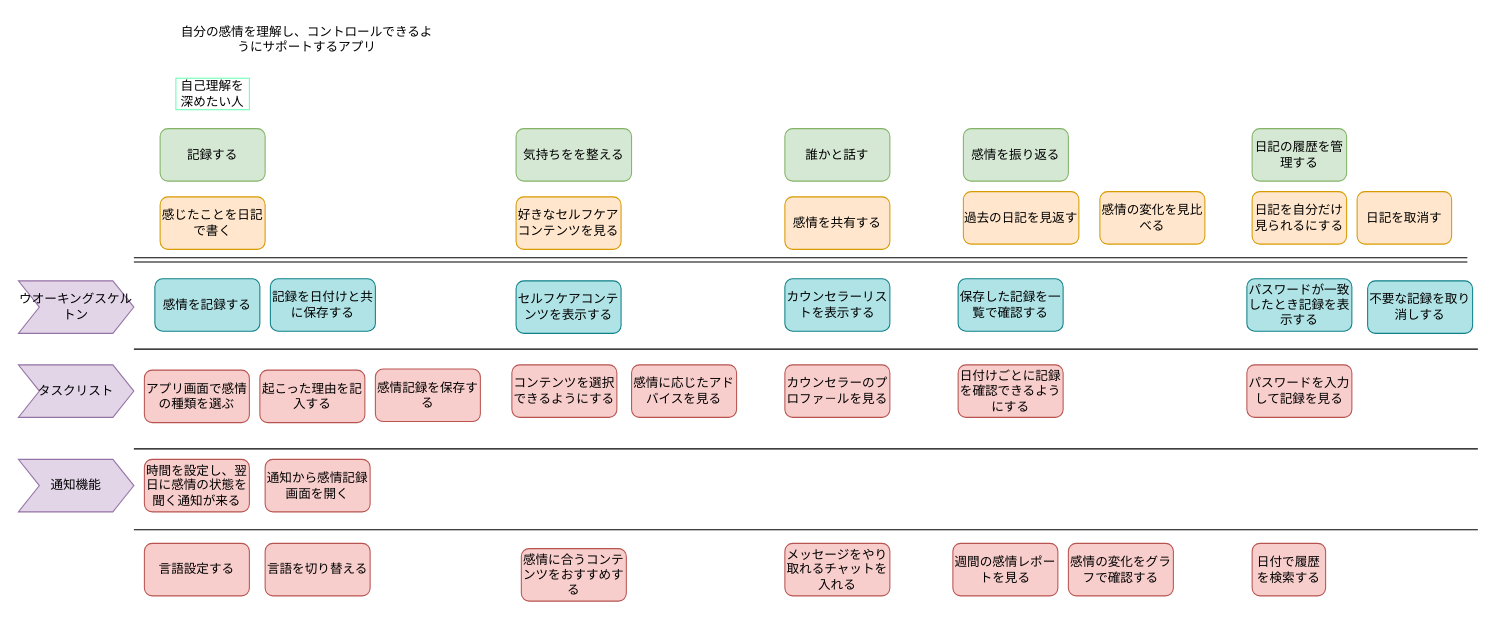
The draw.io diagram docs/storymap.drawio in thazin887/EmoAura, before the edit. Source tidied: cells renumbered, new cells numbered last; positions are measured from the earlier drawing's top-left corner, leaving out a move shared by most shapes. Both pictures are drawn from the tidied source at 105%, with x=0, y=0 at pixel (18, 18).
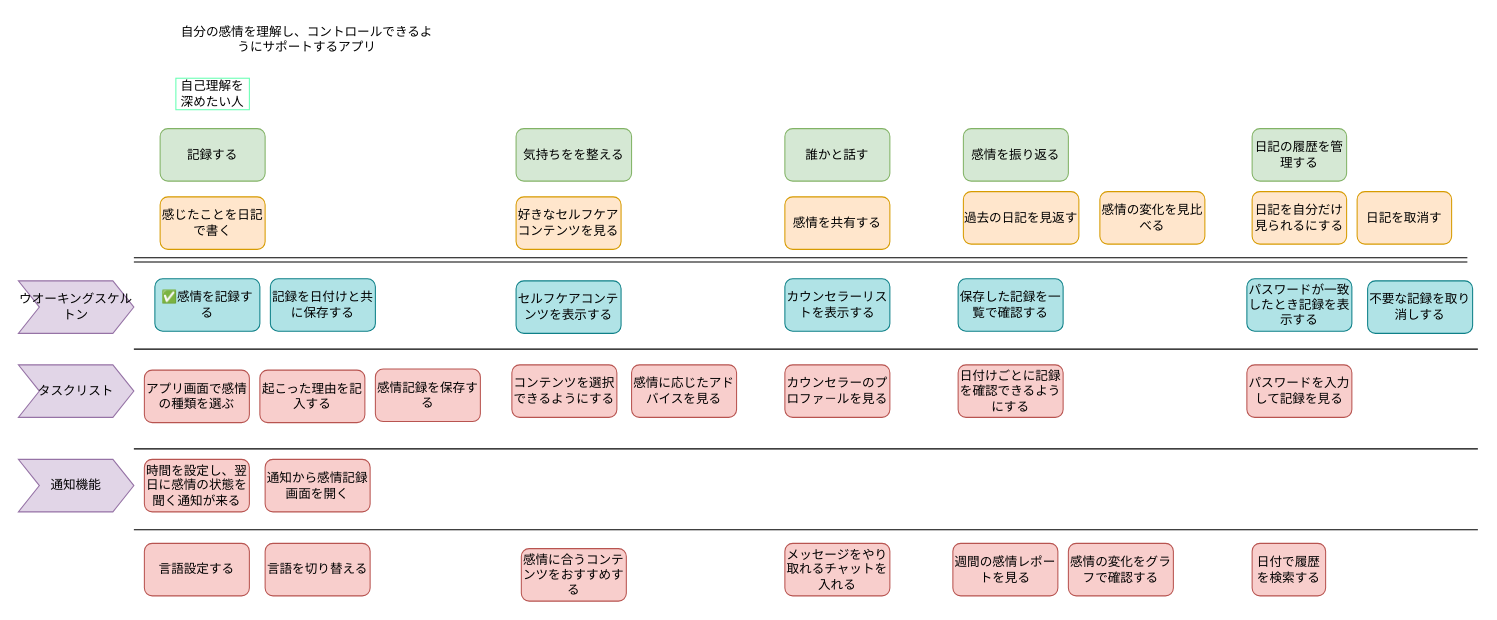
After the change.

Change to the diagram source:
```diff
@@
-    <mxCell id="14" value="感情を記録する" style="rounded=1;whiteSpace=wrap;html=1;roundedPerimeter=1;fillColor=#b0e3e6;strokeColor=#0e8088;" parent="1" vertex="1">
+    <mxCell id="14" value="✅感情を記録する" style="rounded=1;whiteSpace=wrap;html=1;roundedPerimeter=1;fillColor=#b0e3e6;strokeColor=#0e8088;" parent="1" vertex="1">
       <mxGeometry x="130" y="248" width="100" height="50" as="geometry" />
     </mxCell>
```
